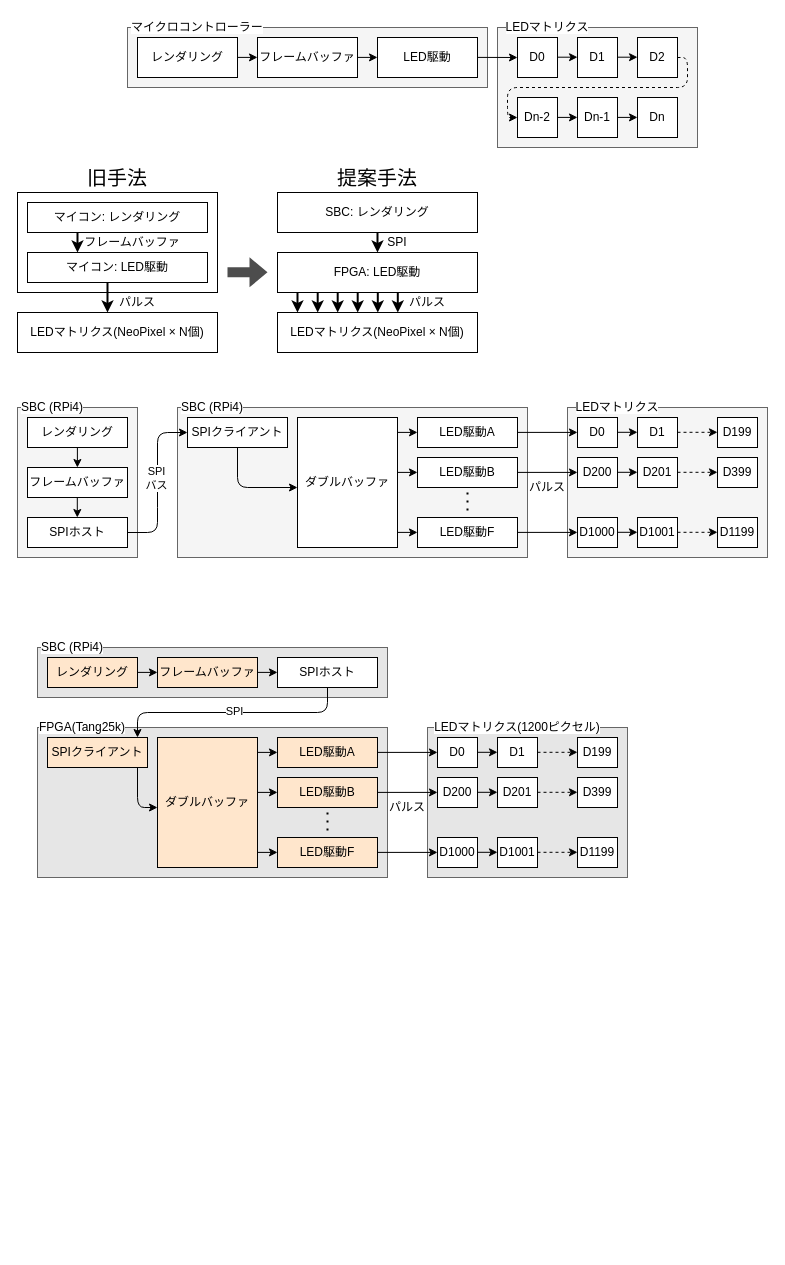
Above: spi-led/presentation/figure.drawio in Tomoshibi-technology/TryFPGA (draw.io), before the change. Source tidied: cells renumbered, new cells numbered last; positions are measured from the earlier drawing's top-left corner, leaving out a move shared by most shapes. Both pictures are drawn from the tidied source at 100%, with x=0, y=0 at pixel (17, 17).
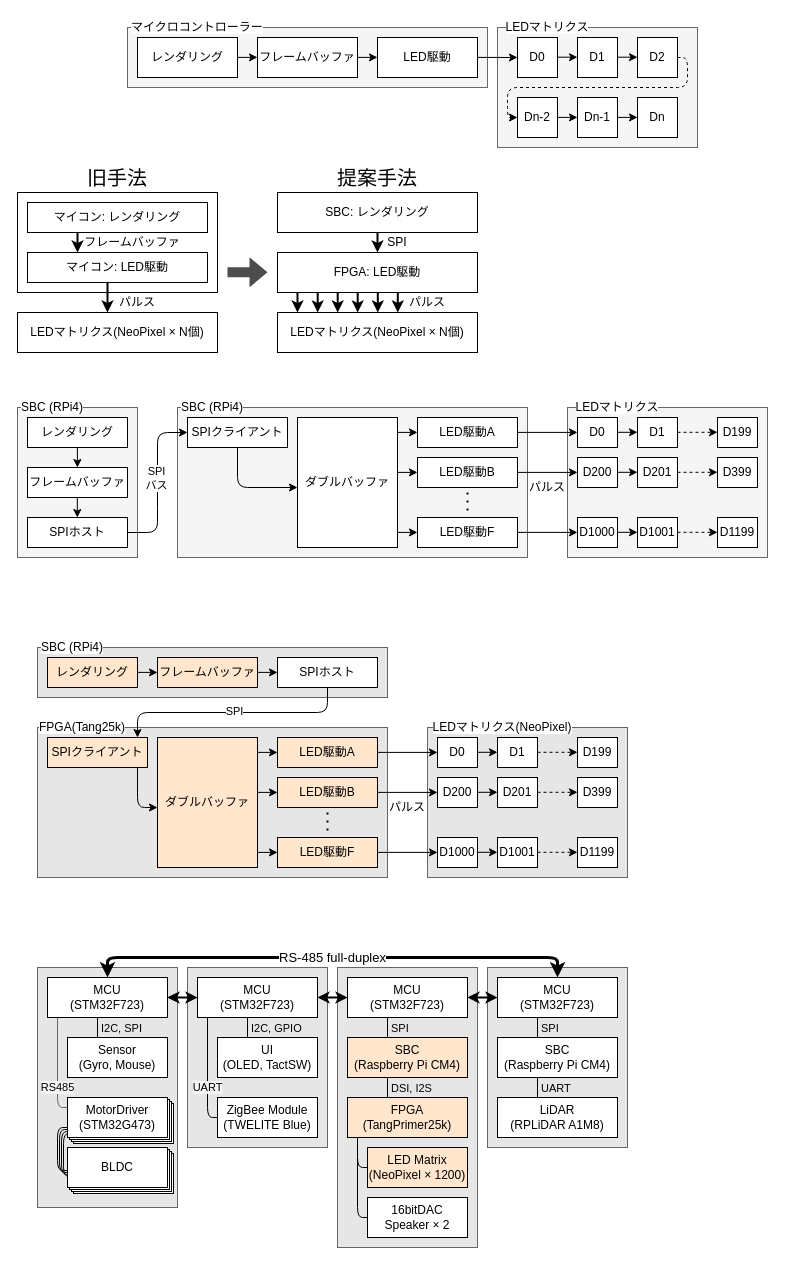
Above is the later version.

Diff of the diagram source:
```diff
@@
-    <mxCell id="95" value="&lt;span style=&quot;background-color: rgb(255, 255, 255);&quot;&gt;LEDマトリクス(1200ピクセル)&lt;/span&gt;" style="rounded=0;whiteSpace=wrap;html=1;fillColor=none;strokeColor=none;" parent="1" vertex="1">
-      <mxGeometry x="410" y="700" width="180" height="20" as="geometry" />
+    <mxCell id="95" value="&lt;span style=&quot;background-color: rgb(255, 255, 255);&quot;&gt;LEDマトリクス(NeoPixel)&lt;/span&gt;" style="rounded=0;whiteSpace=wrap;html=1;fillColor=none;strokeColor=none;" parent="1" vertex="1">
+      <mxGeometry x="410" y="700" width="150" height="20" as="geometry" />
     </mxCell>
@@
+    <mxCell id="130" style="rounded=0;whiteSpace=wrap;html=1;fillColor=#E6E6E6;strokeColor=#666666;fontColor=#333333;" parent="1" vertex="1">
+      <mxGeometry x="470" y="950" width="140" height="180" as="geometry" />
+    </mxCell>
+    <mxCell id="131" style="rounded=0;whiteSpace=wrap;html=1;fillColor=#E6E6E6;strokeColor=#666666;fontColor=#333333;" parent="1" vertex="1">
+      <mxGeometry x="320" y="950" width="140" height="280" as="geometry" />
+    </mxCell>
+    <mxCell id="132" style="rounded=0;whiteSpace=wrap;html=1;fillColor=#E6E6E6;strokeColor=#666666;fontColor=#333333;" parent="1" vertex="1">
+      <mxGeometry x="170" y="950" width="140" height="180" as="geometry" />
+    </mxCell>
+    <mxCell id="133" style="rounded=0;whiteSpace=wrap;html=1;fillColor=#E6E6E6;strokeColor=#666666;fontColor=#333333;" parent="1" vertex="1">
+      <mxGeometry x="20" y="950" width="140" height="240" as="geometry" />
+    </mxCell>
+    <mxCell id="134" style="endArrow=none;startArrow=none;html=1;exitX=0;exitY=0.5;exitDx=0;exitDy=0;startFill=0;strokeWidth=1;endFill=0;entryX=0;entryY=0.75;entryDx=0;entryDy=0;" parent="1" edge="1">
+      <mxGeometry x="0.27" relative="1" as="geometry">
+        <mxPoint x="52" y="1155" as="sourcePoint" />
+        <mxPoint x="52" y="1112" as="targetPoint" />
+        <Array as="points">
+          <mxPoint x="42" y="1155" />
+          <mxPoint x="42" y="1112" />
+        </Array>
+      </mxGeometry>
+    </mxCell>
+    <mxCell id="135" style="endArrow=none;startArrow=none;html=1;exitX=0;exitY=0.5;exitDx=0;exitDy=0;startFill=0;strokeWidth=1;endFill=0;entryX=0;entryY=0.75;entryDx=0;entryDy=0;" parent="1" edge="1">
+      <mxGeometry x="0.27" relative="1" as="geometry">
+        <mxPoint x="54" y="1157" as="sourcePoint" />
+        <mxPoint x="54" y="1114" as="targetPoint" />
+        <Array as="points">
+          <mxPoint x="44" y="1157" />
+          <mxPoint x="44" y="1114" />
+        </Array>
+      </mxGeometry>
+    </mxCell>
+    <mxCell id="136" style="endArrow=none;startArrow=none;html=1;exitX=0;exitY=0.5;exitDx=0;exitDy=0;startFill=0;strokeWidth=1;endFill=0;entryX=0;entryY=0.75;entryDx=0;entryDy=0;" parent="1" edge="1">
+      <mxGeometry x="0.27" relative="1" as="geometry">
+        <mxPoint x="56" y="1159" as="sourcePoint" />
+        <mxPoint x="56" y="1116" as="targetPoint" />
+        <Array as="points">
+          <mxPoint x="46" y="1159" />
+          <mxPoint x="46" y="1116" />
+        </Array>
+      </mxGeometry>
+    </mxCell>
+    <mxCell id="137" style="rounded=0;whiteSpace=wrap;html=1;" parent="1" vertex="1">
+      <mxGeometry x="56" y="1136" width="100" height="40" as="geometry" />
+    </mxCell>
+    <mxCell id="138" style="rounded=0;whiteSpace=wrap;html=1;" parent="1" vertex="1">
+      <mxGeometry x="54" y="1134" width="100" height="40" as="geometry" />
+    </mxCell>
+    <mxCell id="139" style="rounded=0;whiteSpace=wrap;html=1;" parent="1" vertex="1">
+      <mxGeometry x="52" y="1132" width="100" height="40" as="geometry" />
+    </mxCell>
+    <mxCell id="140" style="rounded=0;whiteSpace=wrap;html=1;" parent="1" vertex="1">
+      <mxGeometry x="56" y="1086" width="100" height="40" as="geometry" />
+    </mxCell>
+    <mxCell id="141" style="rounded=0;whiteSpace=wrap;html=1;" parent="1" vertex="1">
+      <mxGeometry x="54" y="1084" width="100" height="40" as="geometry" />
+    </mxCell>
+    <mxCell id="142" style="rounded=0;whiteSpace=wrap;html=1;" parent="1" vertex="1">
+      <mxGeometry x="52" y="1082" width="100" height="40" as="geometry" />
+    </mxCell>
+    <mxCell id="143" value="MCU&lt;div&gt;(STM32F723)&lt;/div&gt;" style="rounded=0;whiteSpace=wrap;html=1;" parent="1" vertex="1">
+      <mxGeometry x="330" y="960" width="120" height="40" as="geometry" />
+    </mxCell>
+    <mxCell id="144" value="MCU&lt;div&gt;(STM32F723)&lt;/div&gt;" style="rounded=0;whiteSpace=wrap;html=1;" parent="1" vertex="1">
+      <mxGeometry x="480" y="960" width="120" height="40" as="geometry" />
+    </mxCell>
+    <mxCell id="145" style="endArrow=classic;startArrow=classic;html=1;entryX=0;entryY=0.5;entryDx=0;entryDy=0;exitX=1;exitY=0.5;exitDx=0;exitDy=0;strokeWidth=2;" parent="1" edge="1" source="143" target="144">
+      <mxGeometry relative="1" as="geometry">
+        <Array as="points">
+          <mxPoint x="470" y="980" />
+        </Array>
+      </mxGeometry>
+    </mxCell>
+    <mxCell id="146" value="MCU&lt;div&gt;(STM32F723)&lt;/div&gt;" style="rounded=0;whiteSpace=wrap;html=1;" parent="1" vertex="1">
+      <mxGeometry x="30" y="960" width="120" height="40" as="geometry" />
+    </mxCell>
+    <mxCell id="147" style="edgeStyle=none;html=1;" parent="1" edge="1" source="148" target="146">
+      <mxGeometry relative="1" as="geometry" />
+    </mxCell>
+    <mxCell id="148" value="MCU&lt;div&gt;(STM32F723)&lt;/div&gt;" style="rounded=0;whiteSpace=wrap;html=1;" parent="1" vertex="1">
+      <mxGeometry x="180" y="960" width="120" height="40" as="geometry" />
+    </mxCell>
+    <mxCell id="149" style="endArrow=classic;startArrow=classic;html=1;entryX=0;entryY=0.5;entryDx=0;entryDy=0;exitX=1;exitY=0.5;exitDx=0;exitDy=0;strokeWidth=2;" parent="1" edge="1" source="146" target="148">
+      <mxGeometry relative="1" as="geometry" />
+    </mxCell>
+    <mxCell id="150" style="endArrow=classic;startArrow=classic;html=1;entryX=0;entryY=0.5;entryDx=0;entryDy=0;exitX=1;exitY=0.5;exitDx=0;exitDy=0;strokeWidth=2;" parent="1" edge="1" source="148" target="143">
+      <mxGeometry relative="1" as="geometry" />
+    </mxCell>
+    <mxCell id="151" value="RS-485 full-duplex" style="endArrow=classic;startArrow=classic;html=1;exitX=0.5;exitY=0;exitDx=0;exitDy=0;entryX=0.5;entryY=0;entryDx=0;entryDy=0;strokeWidth=3;fontSize=13;" parent="1" edge="1" source="146" target="144">
+      <mxGeometry relative="1" as="geometry">
+        <Array as="points">
+          <mxPoint x="90" y="940" />
+          <mxPoint x="540" y="940" />
+        </Array>
+      </mxGeometry>
+    </mxCell>
+    <mxCell id="152" value="SBC&lt;div&gt;&lt;span style=&quot;background-color: transparent;&quot;&gt;(Raspberry Pi CM4)&lt;/span&gt;&lt;/div&gt;" style="rounded=0;whiteSpace=wrap;html=1;fillColor=#FFE6CC;" parent="1" vertex="1">
+      <mxGeometry x="330" y="1020" width="120" height="40" as="geometry" />
+    </mxCell>
+    <mxCell id="153" value="ZigBee Module&lt;div&gt;&lt;font style=&quot;color: rgb(0, 0, 0);&quot;&gt;(TWELITE Blue)&lt;/font&gt;&lt;/div&gt;" style="rounded=0;whiteSpace=wrap;html=1;" parent="1" vertex="1">
+      <mxGeometry x="200" y="1080" width="100" height="40" as="geometry" />
+    </mxCell>
+    <mxCell id="154" value="UI&lt;div&gt;(OLED, TactSW)&lt;/div&gt;" style="rounded=0;whiteSpace=wrap;html=1;" parent="1" vertex="1">
+      <mxGeometry x="200" y="1020" width="100" height="40" as="geometry" />
+    </mxCell>
+    <mxCell id="155" value="Sensor&lt;div&gt;(Gyro, Mouse)&lt;/div&gt;" style="rounded=0;whiteSpace=wrap;html=1;" parent="1" vertex="1">
+      <mxGeometry x="50" y="1020" width="100" height="40" as="geometry" />
+    </mxCell>
+    <mxCell id="156" value="MotorDriver&lt;div&gt;(STM32G473)&lt;/div&gt;" style="rounded=0;whiteSpace=wrap;html=1;" parent="1" vertex="1">
+      <mxGeometry x="50" y="1080" width="100" height="40" as="geometry" />
+    </mxCell>
+    <mxCell id="157" value="SBC&lt;div&gt;(Raspberry Pi CM4)&lt;/div&gt;" style="rounded=0;whiteSpace=wrap;html=1;" parent="1" vertex="1">
+      <mxGeometry x="480" y="1020" width="120" height="40" as="geometry" />
+    </mxCell>
+    <mxCell id="158" value="LED Matrix&lt;div&gt;(NeoPixel × 1200)&lt;/div&gt;" style="rounded=0;whiteSpace=wrap;html=1;fillColor=#FFE6CC;" parent="1" vertex="1">
+      <mxGeometry x="350" y="1130" width="100" height="40" as="geometry" />
+    </mxCell>
+    <mxCell id="159" value="16bitDAC&lt;br&gt;Speaker × 2" style="rounded=0;whiteSpace=wrap;html=1;" parent="1" vertex="1">
+      <mxGeometry x="350" y="1180" width="100" height="40" as="geometry" />
+    </mxCell>
+    <mxCell id="160" value="LiDAR&lt;div&gt;(RPLiDAR A1M8)&lt;/div&gt;" style="rounded=0;whiteSpace=wrap;html=1;" parent="1" vertex="1">
+      <mxGeometry x="480" y="1080" width="120" height="40" as="geometry" />
+    </mxCell>
+    <mxCell id="161" value="BLDC" style="rounded=0;whiteSpace=wrap;html=1;" parent="1" vertex="1">
+      <mxGeometry x="50" y="1130" width="100" height="40" as="geometry" />
+    </mxCell>
+    <mxCell id="162" value="FPGA&lt;div&gt;(TangPrimer25k)&lt;/div&gt;" style="rounded=0;whiteSpace=wrap;html=1;fillColor=#FFE6CC;" parent="1" vertex="1">
+      <mxGeometry x="330" y="1080" width="120" height="40" as="geometry" />
+    </mxCell>
+    <mxCell id="163" style="endArrow=none;startArrow=none;html=1;entryX=0.4;entryY=0;entryDx=0;entryDy=0;entryPerimeter=0;startFill=0;endFill=0;" parent="1" edge="1">
+      <mxGeometry relative="1" as="geometry">
+        <mxPoint x="80" y="1000" as="sourcePoint" />
+        <mxPoint x="80" y="1020" as="targetPoint" />
+      </mxGeometry>
+    </mxCell>
+    <mxCell id="164" value="I2C, SPI" style="edgeLabel;html=1;align=left;verticalAlign=middle;labelBackgroundColor=none;" parent="163" vertex="1">
+      <mxGeometry relative="1" as="geometry">
+        <mxPoint x="2" as="offset" />
+      </mxGeometry>
+    </mxCell>
+    <mxCell id="165" value="RS485" style="endArrow=none;startArrow=none;html=1;exitX=0;exitY=0.25;exitDx=0;exitDy=0;startFill=0;strokeWidth=1;endFill=0;labelBackgroundColor=light-dark(#f5f5f5, #ededed);fontColor=default;fillColor=#f5f5f5;strokeColor=#666666;" parent="1" edge="1" source="156">
+      <mxGeometry x="-0.4" relative="1" as="geometry">
+        <mxPoint x="40" y="1000" as="targetPoint" />
+        <Array as="points">
+          <mxPoint x="40" y="1090" />
+        </Array>
+      </mxGeometry>
+    </mxCell>
+    <mxCell id="166" value="UART" style="endArrow=none;startArrow=none;html=1;exitX=0;exitY=0.5;exitDx=0;exitDy=0;startFill=0;strokeWidth=1;endFill=0;labelBackgroundColor=light-dark(#f5f5f5, #ededed);" parent="1" edge="1">
+      <mxGeometry x="-0.27" relative="1" as="geometry">
+        <mxPoint x="200" y="1100" as="sourcePoint" />
+        <mxPoint x="190" y="1000" as="targetPoint" />
+        <Array as="points">
+          <mxPoint x="190" y="1100" />
+        </Array>
+      </mxGeometry>
+    </mxCell>
+    <mxCell id="167" style="endArrow=none;startArrow=none;html=1;entryX=0.4;entryY=0;entryDx=0;entryDy=0;entryPerimeter=0;startFill=0;endFill=0;" parent="1" edge="1">
+      <mxGeometry relative="1" as="geometry">
+        <mxPoint x="230" y="1000" as="sourcePoint" />
+        <mxPoint x="230" y="1020" as="targetPoint" />
+      </mxGeometry>
+    </mxCell>
+    <mxCell id="168" value="I2C, GPIO" style="edgeLabel;html=1;align=left;verticalAlign=middle;labelBackgroundColor=none;" parent="167" vertex="1">
+      <mxGeometry relative="1" as="geometry">
+        <mxPoint x="2" as="offset" />
+      </mxGeometry>
+    </mxCell>
+    <mxCell id="169" style="endArrow=none;startArrow=none;html=1;entryX=0.4;entryY=0;entryDx=0;entryDy=0;entryPerimeter=0;startFill=0;endFill=0;" parent="1" edge="1">
+      <mxGeometry relative="1" as="geometry">
+        <mxPoint x="370" y="1000" as="sourcePoint" />
+        <mxPoint x="370" y="1020" as="targetPoint" />
+      </mxGeometry>
+    </mxCell>
+    <mxCell id="170" value="SPI" style="edgeLabel;html=1;align=left;verticalAlign=middle;labelBackgroundColor=none;" parent="169" vertex="1">
+      <mxGeometry relative="1" as="geometry">
+        <mxPoint x="2" as="offset" />
+      </mxGeometry>
+    </mxCell>
+    <mxCell id="171" style="endArrow=none;startArrow=none;html=1;entryX=0.4;entryY=0;entryDx=0;entryDy=0;entryPerimeter=0;startFill=0;endFill=0;" parent="1" edge="1">
+      <mxGeometry relative="1" as="geometry">
+        <mxPoint x="370" y="1060" as="sourcePoint" />
+        <mxPoint x="370" y="1080" as="targetPoint" />
+      </mxGeometry>
+    </mxCell>
+    <mxCell id="172" value="DSI, I2S" style="edgeLabel;html=1;align=left;verticalAlign=middle;labelBackgroundColor=none;" parent="171" vertex="1">
+      <mxGeometry relative="1" as="geometry">
+        <mxPoint x="2" as="offset" />
+      </mxGeometry>
+    </mxCell>
+    <mxCell id="173" style="endArrow=none;startArrow=none;html=1;exitX=0;exitY=0.5;exitDx=0;exitDy=0;startFill=0;strokeWidth=1;endFill=0;" parent="1" edge="1">
+      <mxGeometry x="-0.33" y="10" relative="1" as="geometry">
+        <mxPoint x="350" y="1200" as="sourcePoint" />
+        <mxPoint x="340" y="1140" as="targetPoint" />
+        <Array as="points">
+          <mxPoint x="340" y="1200" />
+        </Array>
+      </mxGeometry>
+    </mxCell>
+    <mxCell id="174" style="endArrow=none;startArrow=none;html=1;exitX=0;exitY=0.5;exitDx=0;exitDy=0;startFill=0;strokeWidth=1;endFill=0;" parent="1" edge="1">
+      <mxGeometry x="-0.33" y="10" relative="1" as="geometry">
+        <mxPoint x="350" y="1150" as="sourcePoint" />
+        <mxPoint x="340" y="1120" as="targetPoint" />
+        <Array as="points">
+          <mxPoint x="340" y="1150" />
+        </Array>
+      </mxGeometry>
+    </mxCell>
+    <mxCell id="175" style="endArrow=none;startArrow=none;html=1;entryX=0.4;entryY=0;entryDx=0;entryDy=0;entryPerimeter=0;startFill=0;endFill=0;" parent="1" edge="1">
+      <mxGeometry relative="1" as="geometry">
+        <mxPoint x="520" y="1000" as="sourcePoint" />
+        <mxPoint x="520" y="1020" as="targetPoint" />
+      </mxGeometry>
+    </mxCell>
+    <mxCell id="176" value="SPI" style="edgeLabel;html=1;align=left;verticalAlign=middle;labelBackgroundColor=none;" parent="175" vertex="1">
+      <mxGeometry relative="1" as="geometry">
+        <mxPoint x="2" as="offset" />
+      </mxGeometry>
+    </mxCell>
+    <mxCell id="177" style="endArrow=none;startArrow=none;html=1;entryX=0.4;entryY=0;entryDx=0;entryDy=0;entryPerimeter=0;startFill=0;endFill=0;" parent="1" edge="1">
+      <mxGeometry relative="1" as="geometry">
+        <mxPoint x="520" y="1060" as="sourcePoint" />
+        <mxPoint x="520" y="1080" as="targetPoint" />
+      </mxGeometry>
+    </mxCell>
+    <mxCell id="178" value="UART" style="edgeLabel;html=1;align=left;verticalAlign=middle;labelBackgroundColor=none;" parent="177" vertex="1">
+      <mxGeometry relative="1" as="geometry">
+        <mxPoint x="2" as="offset" />
+      </mxGeometry>
+    </mxCell>
+    <mxCell id="179" style="endArrow=none;startArrow=none;html=1;exitX=0;exitY=0.5;exitDx=0;exitDy=0;startFill=0;strokeWidth=1;endFill=0;entryX=0;entryY=0.75;entryDx=0;entryDy=0;" parent="1" edge="1">
+      <mxGeometry x="0.27" relative="1" as="geometry">
+        <mxPoint x="50" y="1153" as="sourcePoint" />
+        <mxPoint x="50" y="1110" as="targetPoint" />
+        <Array as="points">
+          <mxPoint x="40" y="1153" />
+          <mxPoint x="40" y="1110" />
+        </Array>
+      </mxGeometry>
+    </mxCell>
```
